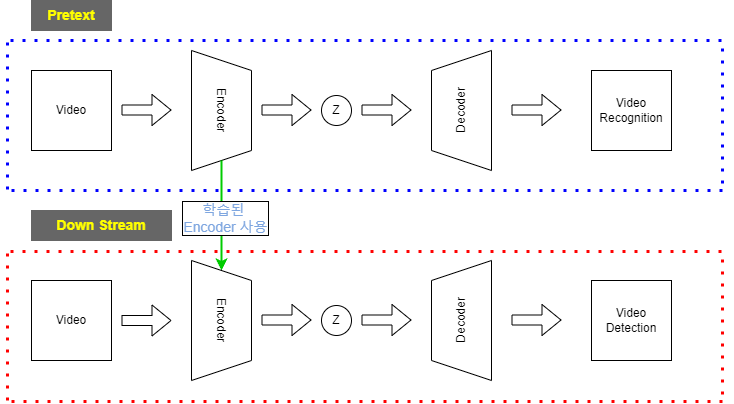
Above: 연구주제.drawio.png in Kyoungrae-Noh/Self-Supervised-Learning (draw.io), before the change. Source tidied: cells renumbered, new cells last; positions are measured from the earlier drawing's top-left corner, leaving out a move shared by most shapes.
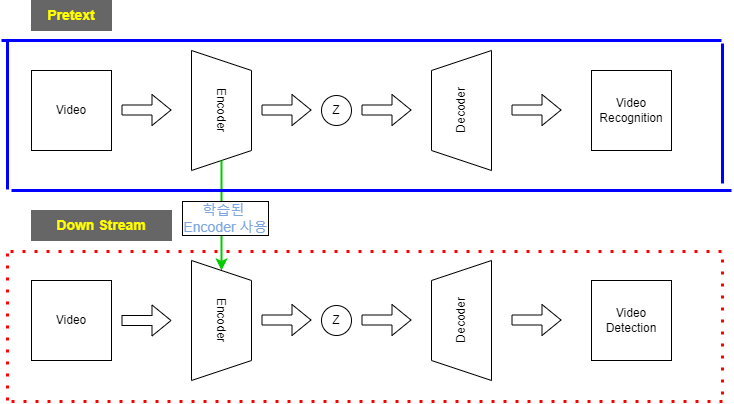
After the commit.

Commit message:
연구주제.drawio.png 업데이트

What changed in the source:
```diff
@@ -96,25 +96,25 @@
         <mxPoint x="410" y="319.5" as="targetPoint" />
       </mxGeometry>
     </mxCell>
-    <mxCell id="24" style="endArrow=none;html=1;dashed=1;dashPattern=1 3;fontFamily=Helvetica;fontSize=14;fontColor=#7EA6E0;align=center;strokeColor=#0000FF;strokeWidth=3;fillColor=#FFFFFF;" parent="1" edge="1">
+    <mxCell id="24" style="endArrow=none;html=1;fontFamily=Helvetica;fontSize=14;fontColor=#7EA6E0;align=center;strokeColor=#0000FF;strokeWidth=3;fillColor=#FFFFFF;" parent="1" edge="1">
       <mxGeometry relative="1" as="geometry">
         <mxPoint x="10" y="190" as="sourcePoint" />
         <mxPoint x="730" y="190" as="targetPoint" />
       </mxGeometry>
     </mxCell>
-    <mxCell id="25" style="endArrow=none;dashed=1;html=1;dashPattern=1 3;strokeWidth=3;rounded=1;fontSize=14;fontColor=#7EA6E0;fillColor=#FFFFFF;strokeColor=#0000FF;" parent="1" edge="1">
+    <mxCell id="25" style="endArrow=none;html=1;strokeWidth=3;rounded=1;fontSize=14;fontColor=#7EA6E0;fillColor=#FFFFFF;strokeColor=#0000FF;" parent="1" edge="1">
       <mxGeometry relative="1" as="geometry">
         <mxPoint x="721" y="183" as="sourcePoint" />
         <mxPoint x="721" y="43" as="targetPoint" />
       </mxGeometry>
     </mxCell>
-    <mxCell id="26" style="endArrow=none;dashed=1;html=1;dashPattern=1 3;strokeWidth=3;rounded=1;fontSize=14;fontColor=#7EA6E0;fillColor=#FFFFFF;strokeColor=#0000FF;" parent="1" edge="1">
+    <mxCell id="26" style="endArrow=none;html=1;strokeWidth=3;rounded=1;fontSize=14;fontColor=#7EA6E0;fillColor=#FFFFFF;strokeColor=#0000FF;" parent="1" edge="1">
       <mxGeometry relative="1" as="geometry">
         <mxPoint x="6" y="189" as="sourcePoint" />
         <mxPoint x="6" y="39" as="targetPoint" />
       </mxGeometry>
     </mxCell>
-    <mxCell id="27" style="endArrow=none;dashed=1;html=1;dashPattern=1 3;strokeWidth=3;rounded=1;fontSize=14;fontColor=#7EA6E0;fillColor=#FFFFFF;strokeColor=#0000FF;" parent="1" edge="1">
+    <mxCell id="27" style="endArrow=none;html=1;strokeWidth=3;rounded=1;fontSize=14;fontColor=#7EA6E0;fillColor=#FFFFFF;strokeColor=#0000FF;" parent="1" edge="1">
       <mxGeometry relative="1" as="geometry">
         <mxPoint x="720" y="40" as="sourcePoint" />
         <mxPoint y="40" as="targetPoint" />
```
